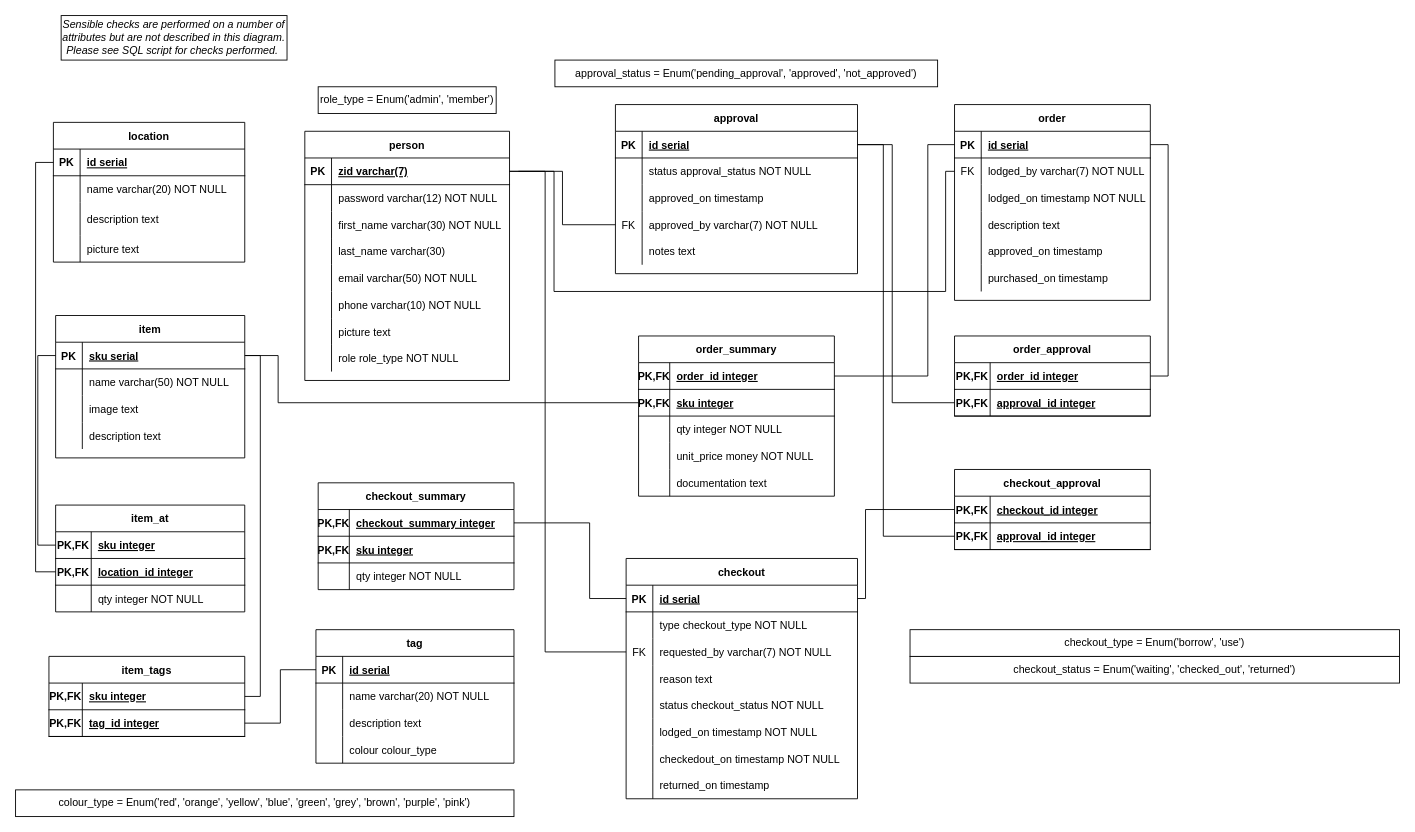
Above: backend/database/RelationalModelv5.drawio in CreateUNSW/OWRxCREATE-Database-Venture (draw.io), before the change. Source tidied: cells renumbered, new cells numbered last; positions are measured from the earlier drawing's top-left corner, leaving out a move shared by most shapes. Both pictures are drawn from the tidied source at 89%, with x=0, y=0 at pixel (15, 15).
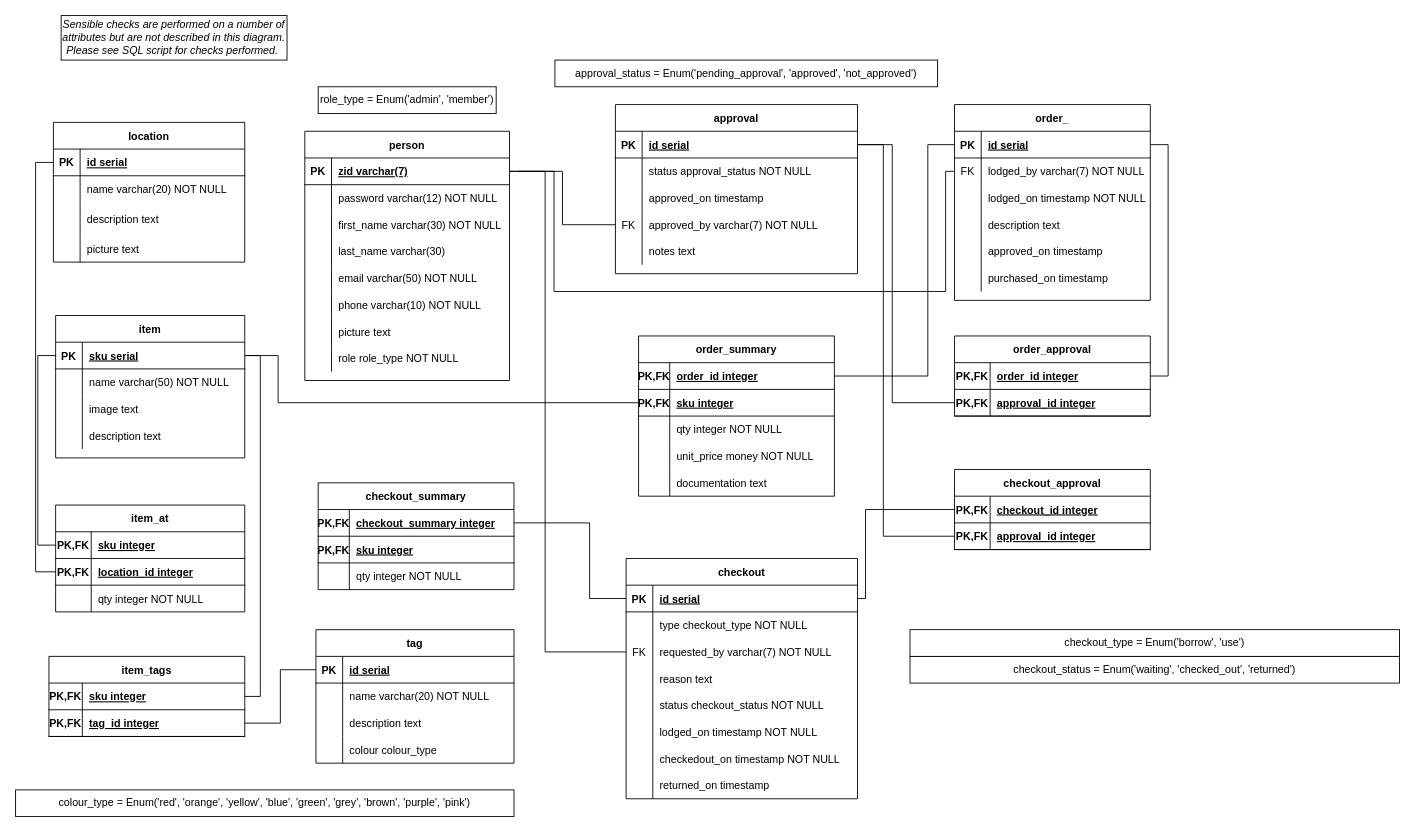
The same page after the edit.

Commit message (it also covers changes not shown here):
Changed order to order_ as order is an SQL keyword :(

Diff of the diagram source:
```diff
@@
-    <mxCell id="40" value="order" style="shape=table;startSize=30;childLayout=tableLayout;rowLines=0;fontStyle=1;align=center;" parent="1" vertex="1">
+    <mxCell id="40" value="order_" style="shape=table;startSize=30;childLayout=tableLayout;rowLines=0;fontStyle=1;align=center;" parent="1" vertex="1">
       <mxGeometry x="1055" y="100" width="220" height="220" as="geometry" />
     </mxCell>
```
